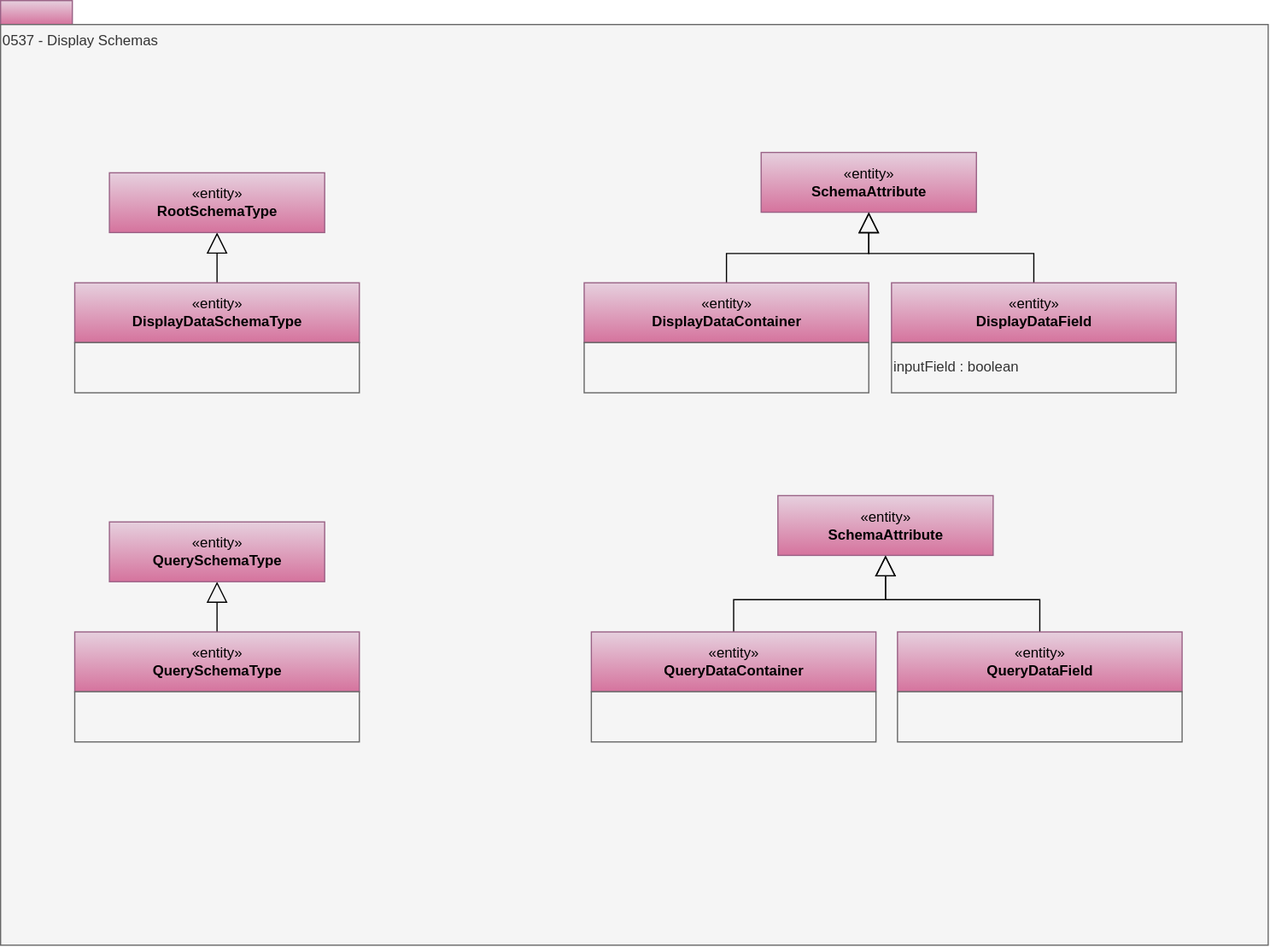
Above: site/docs/types/5/0537-Display-Schemas.svg in odpi/egeria-docs (draw.io), before the change. Source tidied: cells renumbered, new cells last; positions are measured from the earlier drawing's top-left corner, leaving out a move shared by most shapes.
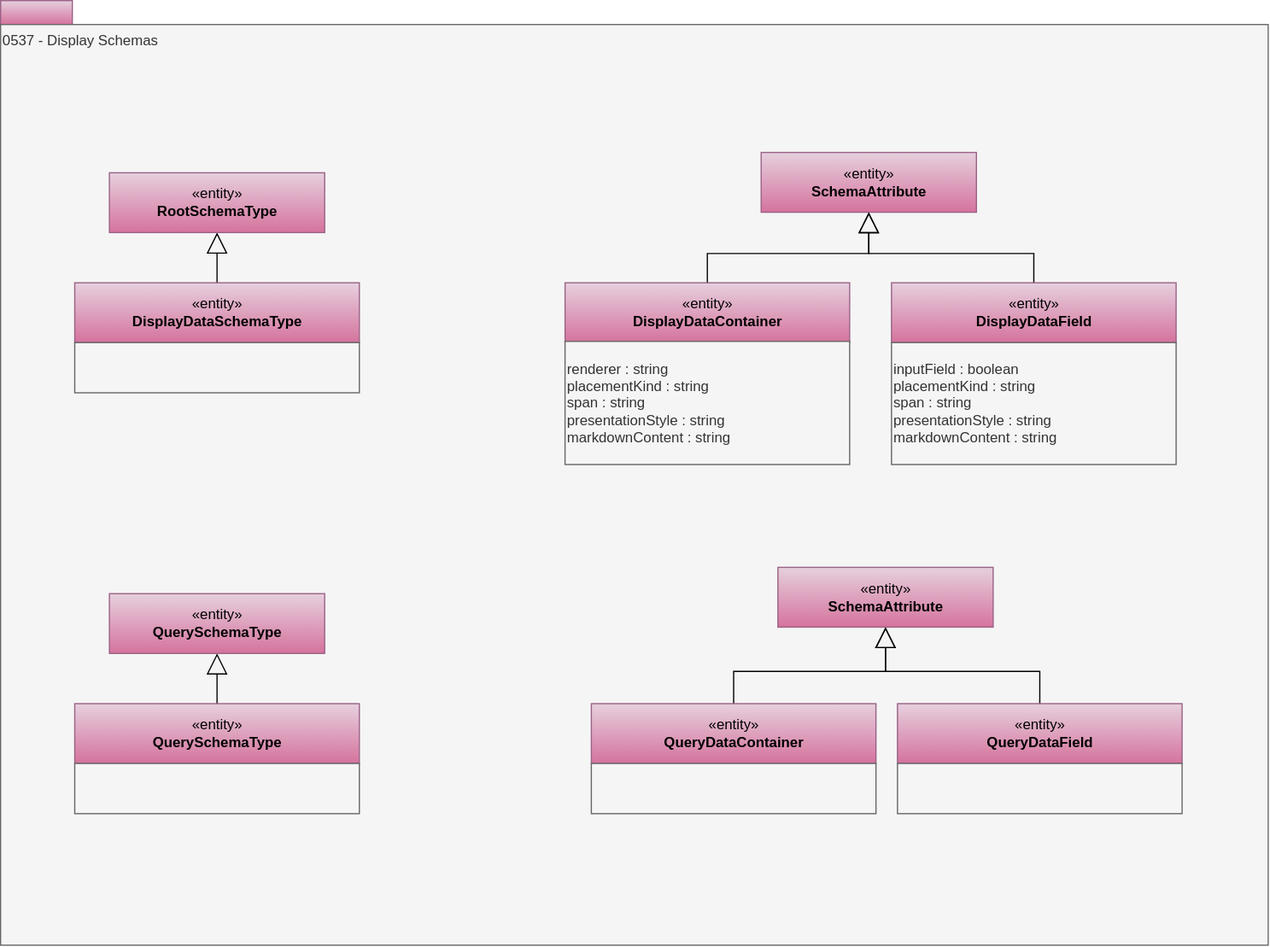
Above is the later version.

Diff of the diagram source:
```diff
@@ -1,78 +1,78 @@
 <mxGraphModel>
   <root>
-    <mxCell id="0" />
-    <mxCell id="1" parent="0" />
+    <mxCell id="26" />
+    <mxCell id="27" parent="26" />
-    <mxCell id="2" style="rounded=0;whiteSpace=wrap;html=1;align=left;fillColor=#e6d0de;strokeColor=#996185;gradientColor=#d5739d;" parent="1" vertex="1">
+    <mxCell id="2" style="rounded=0;whiteSpace=wrap;html=1;align=left;fillColor=#e6d0de;strokeColor=#996185;gradientColor=#d5739d;" parent="27" vertex="1">
       <mxGeometry width="60" height="20" as="geometry" />
     </mxCell>
-    <mxCell id="3" value="0537 - Display Schemas" style="rounded=0;whiteSpace=wrap;html=1;align=left;verticalAlign=top;fillColor=#f5f5f5;fontColor=#333333;strokeColor=#666666;" parent="1" vertex="1">
+    <mxCell id="3" value="0537 - Display Schemas" style="rounded=0;whiteSpace=wrap;html=1;align=left;verticalAlign=top;fillColor=#f5f5f5;fontColor=#333333;strokeColor=#666666;" parent="27" vertex="1">
       <mxGeometry y="20" width="1060" height="770" as="geometry" />
     </mxCell>
-    <mxCell id="4" style="edgeStyle=orthogonalEdgeStyle;rounded=0;jettySize=auto;html=1;endArrow=block;endFill=0;endSize=15;exitX=0.5;exitY=0;exitDx=0;exitDy=0;" parent="1" edge="1" source="5" target="7">
+    <mxCell id="4" style="edgeStyle=orthogonalEdgeStyle;rounded=0;jettySize=auto;html=1;endArrow=block;endFill=0;endSize=15;exitX=0.5;exitY=0;exitDx=0;exitDy=0;" parent="27" edge="1" source="5" target="7">
       <mxGeometry relative="1" as="geometry" />
     </mxCell>
-    <mxCell id="5" value="«entity»&lt;br&gt;&lt;b&gt;DisplayDataContainer&lt;/b&gt;" style="html=1;strokeColor=#996185;align=center;fillColor=#e6d0de;gradientColor=#d5739d;" parent="1" vertex="1">
-      <mxGeometry x="488" y="236" width="238" height="50" as="geometry" />
+    <mxCell id="5" value="«entity»&lt;br&gt;&lt;b&gt;DisplayDataContainer&lt;/b&gt;" style="html=1;strokeColor=#996185;align=center;fillColor=#e6d0de;gradientColor=#d5739d;" parent="27" vertex="1">
+      <mxGeometry x="472" y="236" width="238" height="50" as="geometry" />
     </mxCell>
-    <mxCell id="6" style="rounded=0;whiteSpace=wrap;html=1;strokeColor=#666666;align=left;fillColor=#f5f5f5;fontColor=#333333;" parent="1" vertex="1">
-      <mxGeometry x="488" y="286" width="238" height="42" as="geometry" />
-    </mxCell>
+    <mxCell id="28" value="renderer : string&lt;div&gt;placementKind : string&lt;/div&gt;&lt;div&gt;span : string&lt;/div&gt;&lt;div&gt;presentationStyle : string&lt;/div&gt;&lt;div&gt;markdownContent : string&lt;/div&gt;" style="rounded=0;whiteSpace=wrap;html=1;strokeColor=#666666;align=left;fillColor=#f5f5f5;fontColor=#333333;" parent="27" vertex="1">
+      <mxGeometry x="472" y="285" width="238" height="103" as="geometry" />
+    </mxCell>
-    <mxCell id="7" value="«entity»&lt;br&gt;&lt;b&gt;SchemaAttribute&lt;/b&gt;" style="html=1;strokeColor=#996185;align=center;fillColor=#e6d0de;gradientColor=#d5739d;" parent="1" vertex="1">
+    <mxCell id="7" value="«entity»&lt;br&gt;&lt;b&gt;SchemaAttribute&lt;/b&gt;" style="html=1;strokeColor=#996185;align=center;fillColor=#e6d0de;gradientColor=#d5739d;" parent="27" vertex="1">
       <mxGeometry x="636" y="127" width="180" height="50" as="geometry" />
     </mxCell>
-    <mxCell id="8" style="edgeStyle=orthogonalEdgeStyle;rounded=0;jettySize=auto;html=1;endArrow=block;endFill=0;endSize=15;entryX=0.5;entryY=1;entryDx=0;entryDy=0;exitX=0.5;exitY=0;exitDx=0;exitDy=0;" parent="1" edge="1" source="9" target="11">
+    <mxCell id="8" style="edgeStyle=orthogonalEdgeStyle;rounded=0;jettySize=auto;html=1;endArrow=block;endFill=0;endSize=15;entryX=0.5;entryY=1;entryDx=0;entryDy=0;exitX=0.5;exitY=0;exitDx=0;exitDy=0;" parent="27" edge="1" source="9" target="11">
       <mxGeometry relative="1" as="geometry" />
     </mxCell>
-    <mxCell id="9" value="«entity»&lt;br&gt;&lt;b&gt;DisplayDataSchemaType&lt;/b&gt;" style="html=1;strokeColor=#996185;align=center;fillColor=#e6d0de;gradientColor=#d5739d;" parent="1" vertex="1">
+    <mxCell id="9" value="«entity»&lt;br&gt;&lt;b&gt;DisplayDataSchemaType&lt;/b&gt;" style="html=1;strokeColor=#996185;align=center;fillColor=#e6d0de;gradientColor=#d5739d;" parent="27" vertex="1">
       <mxGeometry x="62" y="236" width="238" height="50" as="geometry" />
     </mxCell>
-    <mxCell id="10" style="rounded=0;whiteSpace=wrap;html=1;strokeColor=#666666;align=left;fillColor=#f5f5f5;fontColor=#333333;" parent="1" vertex="1">
+    <mxCell id="10" style="rounded=0;whiteSpace=wrap;html=1;strokeColor=#666666;align=left;fillColor=#f5f5f5;fontColor=#333333;" parent="27" vertex="1">
       <mxGeometry x="62" y="286" width="238" height="42" as="geometry" />
     </mxCell>
-    <mxCell id="11" value="«entity»&lt;br&gt;&lt;b&gt;RootSchemaType&lt;/b&gt;" style="html=1;strokeColor=#996185;align=center;fillColor=#e6d0de;gradientColor=#d5739d;" parent="1" vertex="1">
+    <mxCell id="11" value="«entity»&lt;br&gt;&lt;b&gt;RootSchemaType&lt;/b&gt;" style="html=1;strokeColor=#996185;align=center;fillColor=#e6d0de;gradientColor=#d5739d;" parent="27" vertex="1">
       <mxGeometry x="91" y="144" width="180" height="50" as="geometry" />
     </mxCell>
-    <mxCell id="12" style="edgeStyle=orthogonalEdgeStyle;rounded=0;jettySize=auto;html=1;endArrow=block;endFill=0;endSize=15;entryX=0.5;entryY=1;entryDx=0;entryDy=0;exitX=0.5;exitY=0;exitDx=0;exitDy=0;" parent="1" edge="1" source="13" target="15">
-      <mxGeometry relative="1" as="geometry" />
-    </mxCell>
-    <mxCell id="13" value="«entity»&lt;br&gt;&lt;b&gt;QuerySchemaType&lt;/b&gt;" style="html=1;strokeColor=#996185;align=center;fillColor=#e6d0de;gradientColor=#d5739d;" parent="1" vertex="1">
-      <mxGeometry x="62" y="528" width="238" height="50" as="geometry" />
-    </mxCell>
-    <mxCell id="14" style="rounded=0;whiteSpace=wrap;html=1;strokeColor=#666666;align=left;fillColor=#f5f5f5;fontColor=#333333;" parent="1" vertex="1">
-      <mxGeometry x="62" y="578" width="238" height="42" as="geometry" />
-    </mxCell>
-    <mxCell id="15" value="«entity»&lt;br&gt;&lt;b&gt;QuerySchemaType&lt;/b&gt;" style="html=1;strokeColor=#996185;align=center;fillColor=#e6d0de;gradientColor=#d5739d;" parent="1" vertex="1">
-      <mxGeometry x="91" y="436" width="180" height="50" as="geometry" />
-    </mxCell>
+    <mxCell id="29" style="edgeStyle=orthogonalEdgeStyle;rounded=0;jettySize=auto;html=1;endArrow=block;endFill=0;endSize=15;entryX=0.5;entryY=1;entryDx=0;entryDy=0;exitX=0.5;exitY=0;exitDx=0;exitDy=0;" parent="27" edge="1" source="30" target="32">
+      <mxGeometry relative="1" as="geometry" />
+    </mxCell>
+    <mxCell id="30" value="«entity»&lt;br&gt;&lt;b&gt;QuerySchemaType&lt;/b&gt;" style="html=1;strokeColor=#996185;align=center;fillColor=#e6d0de;gradientColor=#d5739d;" parent="27" vertex="1">
+      <mxGeometry x="62" y="588" width="238" height="50" as="geometry" />
+    </mxCell>
+    <mxCell id="31" style="rounded=0;whiteSpace=wrap;html=1;strokeColor=#666666;align=left;fillColor=#f5f5f5;fontColor=#333333;" parent="27" vertex="1">
+      <mxGeometry x="62" y="638" width="238" height="42" as="geometry" />
+    </mxCell>
+    <mxCell id="32" value="«entity»&lt;br&gt;&lt;b&gt;QuerySchemaType&lt;/b&gt;" style="html=1;strokeColor=#996185;align=center;fillColor=#e6d0de;gradientColor=#d5739d;" parent="27" vertex="1">
+      <mxGeometry x="91" y="496" width="180" height="50" as="geometry" />
+    </mxCell>
-    <mxCell id="16" style="edgeStyle=orthogonalEdgeStyle;rounded=0;jettySize=auto;html=1;endArrow=block;endFill=0;endSize=15;exitX=0.5;exitY=0;exitDx=0;exitDy=0;entryX=0.5;entryY=1;entryDx=0;entryDy=0;" parent="1" edge="1" source="17" target="19">
+    <mxCell id="16" style="edgeStyle=orthogonalEdgeStyle;rounded=0;jettySize=auto;html=1;endArrow=block;endFill=0;endSize=15;exitX=0.5;exitY=0;exitDx=0;exitDy=0;entryX=0.5;entryY=1;entryDx=0;entryDy=0;" parent="27" edge="1" source="17" target="19">
       <mxGeometry relative="1" as="geometry" />
     </mxCell>
-    <mxCell id="17" value="«entity»&lt;br&gt;&lt;b&gt;QueryDataField&lt;/b&gt;" style="html=1;strokeColor=#996185;align=center;fillColor=#e6d0de;gradientColor=#d5739d;" parent="1" vertex="1">
-      <mxGeometry x="750" y="528" width="238" height="50" as="geometry" />
+    <mxCell id="17" value="«entity»&lt;br&gt;&lt;b&gt;QueryDataField&lt;/b&gt;" style="html=1;strokeColor=#996185;align=center;fillColor=#e6d0de;gradientColor=#d5739d;" parent="27" vertex="1">
+      <mxGeometry x="750" y="588" width="238" height="50" as="geometry" />
     </mxCell>
-    <mxCell id="18" style="rounded=0;whiteSpace=wrap;html=1;strokeColor=#666666;align=left;fillColor=#f5f5f5;fontColor=#333333;" parent="1" vertex="1">
-      <mxGeometry x="750" y="578" width="238" height="42" as="geometry" />
-    </mxCell>
+    <mxCell id="33" style="rounded=0;whiteSpace=wrap;html=1;strokeColor=#666666;align=left;fillColor=#f5f5f5;fontColor=#333333;" parent="27" vertex="1">
+      <mxGeometry x="750" y="638" width="238" height="42" as="geometry" />
+    </mxCell>
-    <mxCell id="19" value="«entity»&lt;br&gt;&lt;b&gt;SchemaAttribute&lt;/b&gt;" style="html=1;strokeColor=#996185;align=center;fillColor=#e6d0de;gradientColor=#d5739d;" parent="1" vertex="1">
-      <mxGeometry x="650" y="414" width="180" height="50" as="geometry" />
+    <mxCell id="19" value="«entity»&lt;br&gt;&lt;b&gt;SchemaAttribute&lt;/b&gt;" style="html=1;strokeColor=#996185;align=center;fillColor=#e6d0de;gradientColor=#d5739d;" parent="27" vertex="1">
+      <mxGeometry x="650" y="474" width="180" height="50" as="geometry" />
     </mxCell>
-    <mxCell id="20" style="edgeStyle=orthogonalEdgeStyle;rounded=0;jettySize=auto;html=1;endArrow=block;endFill=0;endSize=15;entryX=0.5;entryY=1;entryDx=0;entryDy=0;exitX=0.5;exitY=0;exitDx=0;exitDy=0;" parent="1" edge="1" source="21" target="7">
+    <mxCell id="20" style="edgeStyle=orthogonalEdgeStyle;rounded=0;jettySize=auto;html=1;endArrow=block;endFill=0;endSize=15;entryX=0.5;entryY=1;entryDx=0;entryDy=0;exitX=0.5;exitY=0;exitDx=0;exitDy=0;" parent="27" edge="1" source="21" target="7">
       <mxGeometry relative="1" as="geometry" />
     </mxCell>
-    <mxCell id="21" value="«entity»&lt;br&gt;&lt;b&gt;DisplayDataField&lt;/b&gt;" style="html=1;strokeColor=#996185;align=center;fillColor=#e6d0de;gradientColor=#d5739d;" parent="1" vertex="1">
+    <mxCell id="21" value="«entity»&lt;br&gt;&lt;b&gt;DisplayDataField&lt;/b&gt;" style="html=1;strokeColor=#996185;align=center;fillColor=#e6d0de;gradientColor=#d5739d;" parent="27" vertex="1">
       <mxGeometry x="745" y="236" width="238" height="50" as="geometry" />
     </mxCell>
-    <mxCell id="22" value="inputField : boolean" style="rounded=0;whiteSpace=wrap;html=1;strokeColor=#666666;align=left;fillColor=#f5f5f5;fontColor=#333333;" parent="1" vertex="1">
-      <mxGeometry x="745" y="286" width="238" height="42" as="geometry" />
-    </mxCell>
+    <mxCell id="34" value="&lt;span style=&quot;background-color: transparent; color: light-dark(rgb(51, 51, 51), rgb(193, 193, 193));&quot;&gt;inputField : boolean&lt;/span&gt;&lt;br&gt;&lt;span style=&quot;background-color: transparent; color: light-dark(rgb(51, 51, 51), rgb(193, 193, 193));&quot;&gt;placementKind : string&lt;/span&gt;&lt;br&gt;&lt;span style=&quot;background-color: transparent; color: light-dark(rgb(51, 51, 51), rgb(193, 193, 193));&quot;&gt;span : string&lt;/span&gt;&lt;br&gt;&lt;span style=&quot;background-color: transparent; color: light-dark(rgb(51, 51, 51), rgb(193, 193, 193));&quot;&gt;presentationStyle : string&lt;/span&gt;&lt;br&gt;&lt;span style=&quot;background-color: transparent; color: light-dark(rgb(51, 51, 51), rgb(193, 193, 193));&quot;&gt;markdownContent : string&lt;/span&gt;" style="rounded=0;whiteSpace=wrap;html=1;strokeColor=#666666;align=left;fillColor=#f5f5f5;fontColor=#333333;" parent="27" vertex="1">
+      <mxGeometry x="745" y="286" width="238" height="102" as="geometry" />
+    </mxCell>
-    <mxCell id="23" style="edgeStyle=orthogonalEdgeStyle;rounded=0;jettySize=auto;html=1;endArrow=block;endFill=0;endSize=15;entryX=0.5;entryY=1;entryDx=0;entryDy=0;exitX=0.5;exitY=0;exitDx=0;exitDy=0;" parent="1" edge="1" source="24" target="19">
+    <mxCell id="23" style="edgeStyle=orthogonalEdgeStyle;rounded=0;jettySize=auto;html=1;endArrow=block;endFill=0;endSize=15;entryX=0.5;entryY=1;entryDx=0;entryDy=0;exitX=0.5;exitY=0;exitDx=0;exitDy=0;" parent="27" edge="1" source="24" target="19">
       <mxGeometry relative="1" as="geometry" />
     </mxCell>
-    <mxCell id="24" value="«entity»&lt;br&gt;&lt;b&gt;QueryDataContainer&lt;/b&gt;" style="html=1;strokeColor=#996185;align=center;fillColor=#e6d0de;gradientColor=#d5739d;" parent="1" vertex="1">
-      <mxGeometry x="494" y="528" width="238" height="50" as="geometry" />
+    <mxCell id="24" value="«entity»&lt;br&gt;&lt;b&gt;QueryDataContainer&lt;/b&gt;" style="html=1;strokeColor=#996185;align=center;fillColor=#e6d0de;gradientColor=#d5739d;" parent="27" vertex="1">
+      <mxGeometry x="494" y="588" width="238" height="50" as="geometry" />
     </mxCell>
-    <mxCell id="25" style="rounded=0;whiteSpace=wrap;html=1;strokeColor=#666666;align=left;fillColor=#f5f5f5;fontColor=#333333;" parent="1" vertex="1">
-      <mxGeometry x="494" y="578" width="238" height="42" as="geometry" />
-    </mxCell>
+    <mxCell id="35" style="rounded=0;whiteSpace=wrap;html=1;strokeColor=#666666;align=left;fillColor=#f5f5f5;fontColor=#333333;" parent="27" vertex="1">
+      <mxGeometry x="494" y="638" width="238" height="42" as="geometry" />
+    </mxCell>
   </root>
 </mxGraphModel>
```
